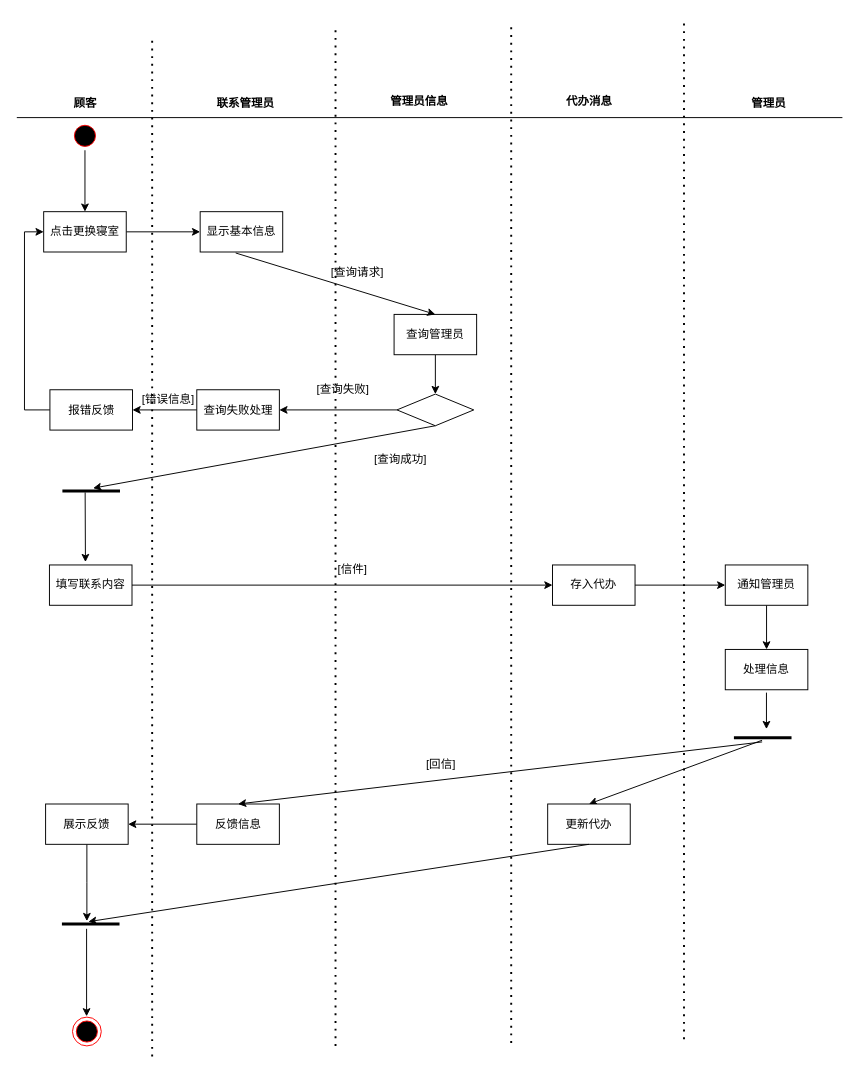
This is 软件工程联系管理员.drawio from ZYNsama666/BackUp, a draw.io file, before an edit. Source tidied: cells renumbered, new cells numbered last; positions are measured from the earlier drawing's top-left corner, leaving out a move shared by most shapes. Both pictures are drawn from the tidied source at 96%, with x=0, y=0 at pixel (16, 17).
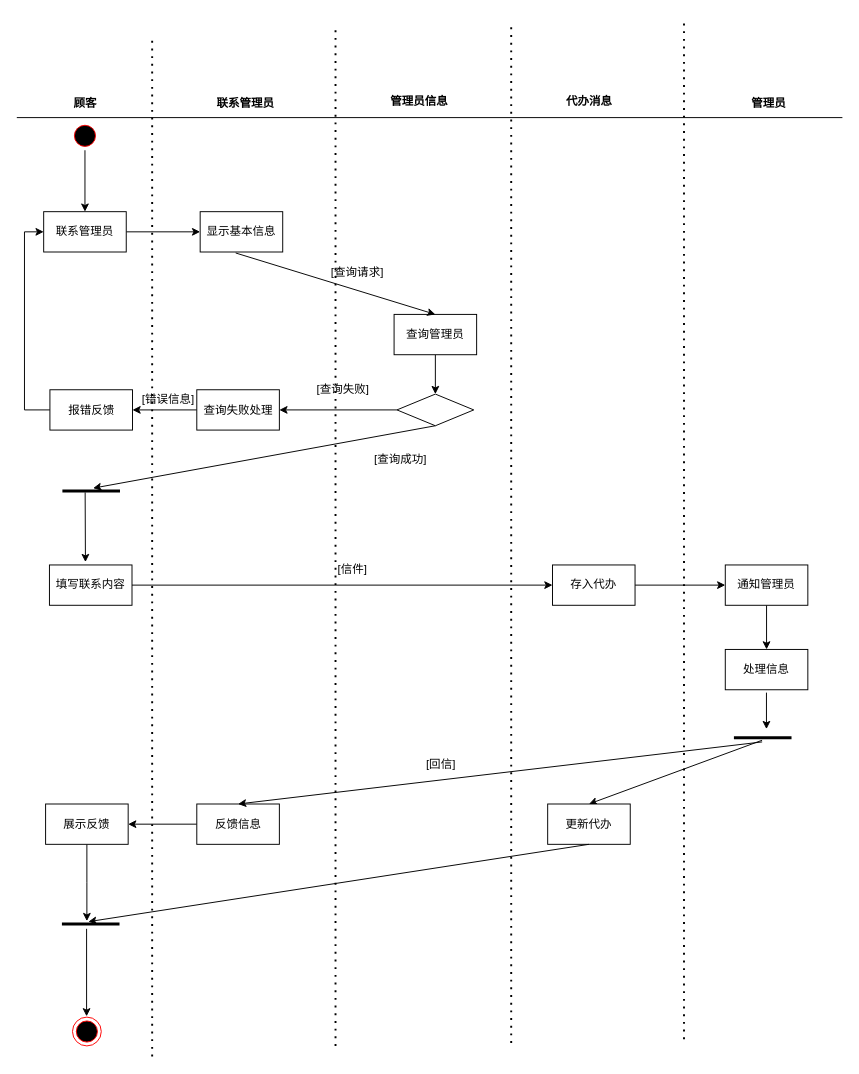
Above is the later version.

Commit message (it also covers changes not shown here):
更新软件工程联系管理员.drawio

Diff of the diagram source:
```diff
@@
-    <mxCell id="10" value="点击更换寝室" style="html=1;whiteSpace=wrap;" parent="1" vertex="1">
+    <mxCell id="10" value="联系管理员" style="html=1;whiteSpace=wrap;" parent="1" vertex="1">
       <mxGeometry x="28" y="202" width="86" height="42" as="geometry" />
     </mxCell>
```
